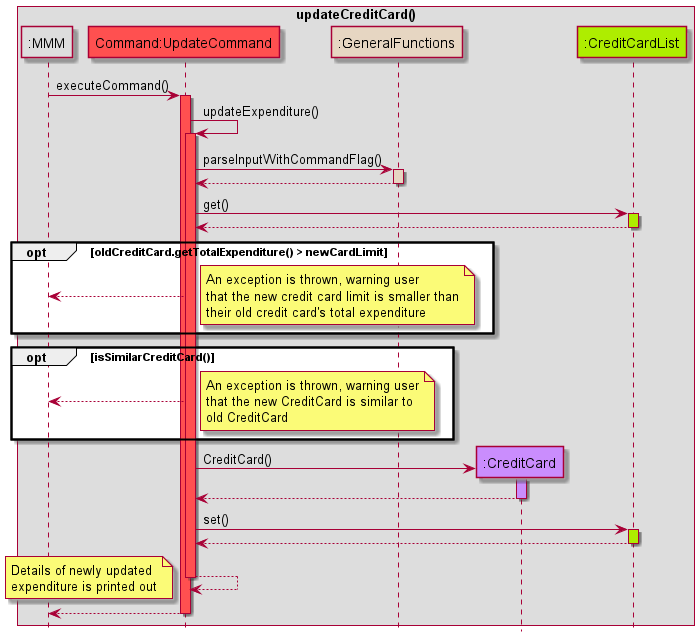
Before: docs/images/UpdateCreditCardSequenceDiagram.png, a diagram exported from PlantUML (nus-cs2113-AY2122S2/tp). Source of this version:
```plantuml
@startuml
!include Style.puml

box updateCreditCard()
participant ":MMM" as MMM MMM_COLOUR
participant "Command:UpdateCommand" as updateCommand COMMANDS_COLOUR
participant ":GeneralFunctions" as GeneralFunctions HELPER_COLOUR
participant ":CreditCard" as CreditCard USERFINANCIAL_COLOUR
participant ":CreditCardList" as CreditCardList DATA_COLOUR

end box
hide footbox

MMM -> updateCommand: executeCommand()
activate updateCommand COMMANDS_COLOUR

updateCommand -> updateCommand: updateExpenditure()
activate updateCommand COMMANDS_COLOUR

updateCommand -> GeneralFunctions: parseInputWithCommandFlag()
activate GeneralFunctions HELPER_COLOUR
GeneralFunctions --> updateCommand
deactivate GeneralFunctions

updateCommand -> CreditCardList: get()
activate CreditCardList DATA_COLOUR
CreditCardList --> updateCommand
deactivate CreditCardList

opt oldCreditCard.getTotalExpenditure() > newCardLimit
updateCommand --> MMM
note right
An exception is thrown, warning user
that the new credit card limit is smaller than
their old credit card's total expenditure
end note
end

opt isSimilarCreditCard()
updateCommand --> MMM
note right
An exception is thrown, warning user
that the new CreditCard is similar to
old CreditCard
end note
end

create CreditCard
updateCommand -> CreditCard: CreditCard()
activate CreditCard USERFINANCIAL_COLOUR
CreditCard --> updateCommand
deactivate CreditCard

updateCommand -> CreditCardList: set()
activate CreditCardList DATA_COLOUR
CreditCardList --> updateCommand
deactivate CreditCardList

updateCommand --> updateCommand
deactivate updateCommand

note left
Details of newly updated
expenditure is printed out
end note

updateCommand --> MMM
deactivate updateCommand
@enduml
```
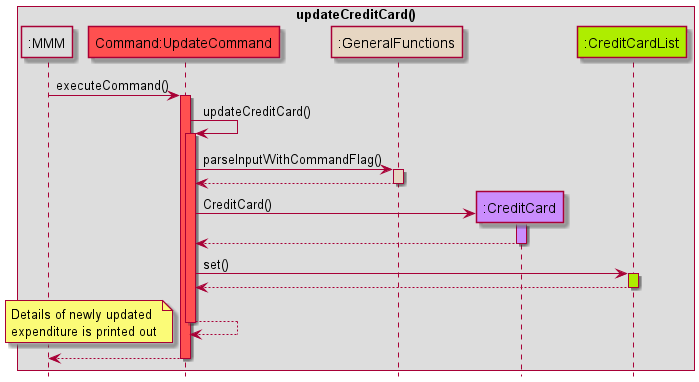
Above is the later version.

Commit message:
Update sequence diagrams

Diff of the diagram source:
```diff
@@ -14,36 +14,13 @@
 MMM -> updateCommand: executeCommand()
 activate updateCommand COMMANDS_COLOUR
 
-updateCommand -> updateCommand: updateExpenditure()
+updateCommand -> updateCommand: updateCreditCard()
 activate updateCommand COMMANDS_COLOUR
 
 updateCommand -> GeneralFunctions: parseInputWithCommandFlag()
 activate GeneralFunctions HELPER_COLOUR
 GeneralFunctions --> updateCommand
 deactivate GeneralFunctions
-
-updateCommand -> CreditCardList: get()
-activate CreditCardList DATA_COLOUR
-CreditCardList --> updateCommand
-deactivate CreditCardList
-
-opt oldCreditCard.getTotalExpenditure() > newCardLimit
-updateCommand --> MMM
-note right
-An exception is thrown, warning user
-that the new credit card limit is smaller than
-their old credit card's total expenditure
-end note
-end
-
-opt isSimilarCreditCard()
-updateCommand --> MMM
-note right
-An exception is thrown, warning user
-that the new CreditCard is similar to
-old CreditCard
-end note
-end
 
 create CreditCard
 updateCommand -> CreditCard: CreditCard()
```
